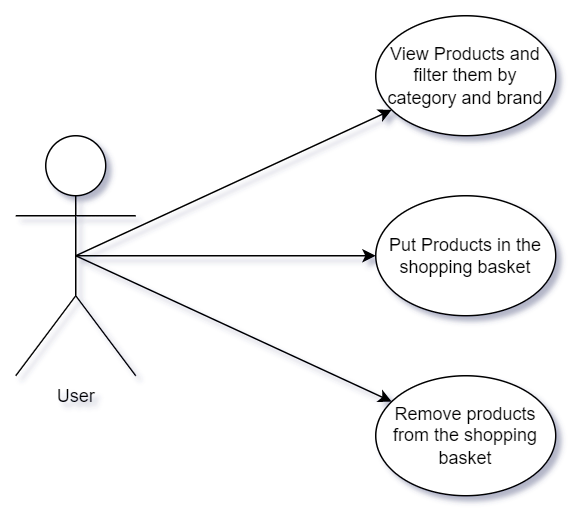
Above: planning/UseCaseDiagram.png in noserronnie/skateshop (draw.io), before the change. Source tidied: cells renumbered, new cells last; positions are measured from the earlier drawing's top-left corner, leaving out a move shared by most shapes.
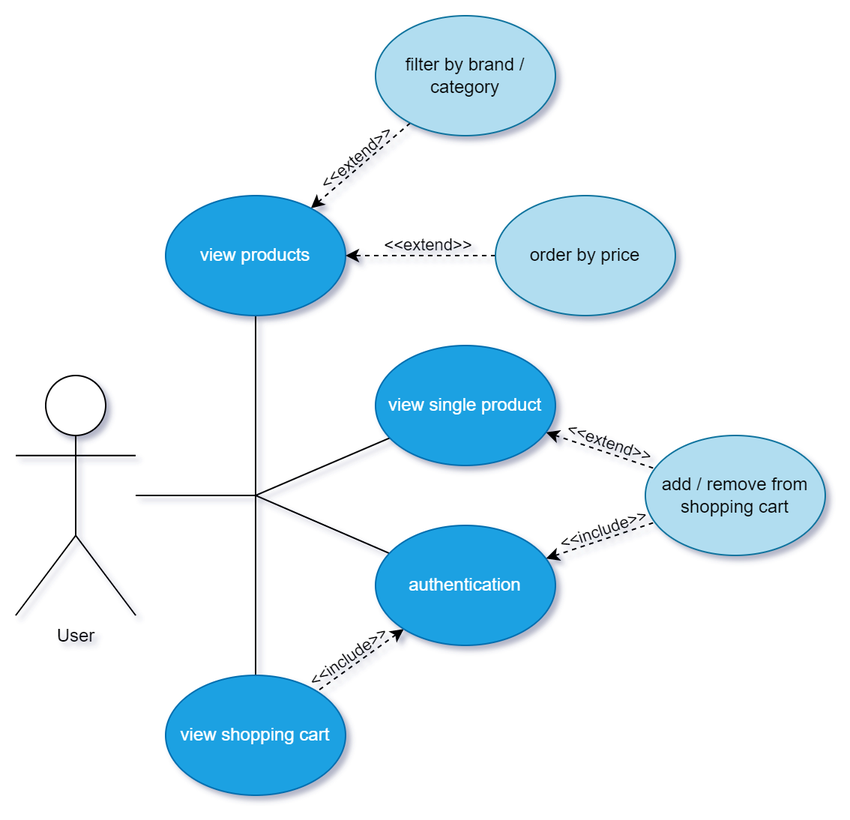
Above is the later version.

Change to the diagram source:
```diff
@@ -2,26 +2,95 @@
   <root>
     <mxCell id="0" />
     <mxCell id="1" parent="0" />
-    <mxCell id="2" style="rounded=0;jettySize=auto;html=1;exitX=0.5;exitY=0.5;exitDx=0;exitDy=0;exitPerimeter=0;" parent="1" edge="1" source="5" target="6">
-      <mxGeometry relative="1" as="geometry" />
-    </mxCell>
-    <mxCell id="3" style="edgeStyle=none;rounded=0;jettySize=auto;html=1;exitX=0.5;exitY=0.5;exitDx=0;exitDy=0;exitPerimeter=0;" parent="1" edge="1" source="5" target="7">
-      <mxGeometry relative="1" as="geometry" />
-    </mxCell>
-    <mxCell id="4" style="edgeStyle=none;rounded=0;jettySize=auto;html=1;exitX=0.5;exitY=0.5;exitDx=0;exitDy=0;exitPerimeter=0;" parent="1" edge="1" source="5" target="8">
-      <mxGeometry relative="1" as="geometry" />
-    </mxCell>
     <mxCell id="5" value="User" style="shape=umlActor;verticalLabelPosition=bottom;verticalAlign=top;html=1;outlineConnect=0;" parent="1" vertex="1">
       <mxGeometry y="80" width="80" height="160" as="geometry" />
     </mxCell>
-    <mxCell id="6" value="View Products and filter them by category and brand" style="ellipse;whiteSpace=wrap;html=1;" parent="1" vertex="1">
-      <mxGeometry x="240" width="120" height="80" as="geometry" />
-    </mxCell>
-    <mxCell id="7" value="Put Products in the shopping basket" style="ellipse;whiteSpace=wrap;html=1;" parent="1" vertex="1">
-      <mxGeometry x="240" y="120" width="120" height="80" as="geometry" />
-    </mxCell>
-    <mxCell id="8" value="Remove products from the shopping basket" style="ellipse;whiteSpace=wrap;html=1;" parent="1" vertex="1">
-      <mxGeometry x="240" y="240" width="120" height="80" as="geometry" />
-    </mxCell>
+    <mxCell id="9" style="rounded=0;jettySize=auto;html=1;startArrow=classic;startFill=1;endArrow=none;endFill=0;dashed=1;" parent="1" edge="1" source="12" target="23">
+      <mxGeometry relative="1" as="geometry" />
+    </mxCell>
+    <mxCell id="10" value="&amp;lt;&amp;lt;extend&amp;gt;&amp;gt;" style="edgeLabel;html=1;align=center;verticalAlign=middle;rotation=-40;labelBackgroundColor=none;" parent="9" vertex="1">
+      <mxGeometry x="-0.29" y="1" relative="1" as="geometry">
+        <mxPoint x="7" y="-13" as="offset" />
+      </mxGeometry>
+    </mxCell>
+    <mxCell id="11" style="edgeStyle=none;rounded=0;jettySize=auto;html=1;startArrow=none;startFill=0;endArrow=none;endFill=0;" parent="1" edge="1" source="12">
+      <mxGeometry relative="1" as="geometry">
+        <mxPoint x="160" y="160" as="targetPoint" />
+      </mxGeometry>
+    </mxCell>
+    <mxCell id="12" value="view products" style="ellipse;whiteSpace=wrap;html=1;fillColor=#1ba1e2;fontColor=#ffffff;strokeColor=#006EAF;" parent="1" vertex="1">
+      <mxGeometry x="100" y="-40" width="120" height="80" as="geometry" />
+    </mxCell>
+    <mxCell id="13" style="edgeStyle=none;rounded=0;jettySize=auto;html=1;dashed=1;startArrow=classic;startFill=1;endArrow=none;endFill=0;" parent="1" edge="1" source="16" target="26">
+      <mxGeometry relative="1" as="geometry" />
+    </mxCell>
+    <mxCell id="14" value="&amp;lt;&amp;lt;extend&amp;gt;&amp;gt;" style="edgeLabel;html=1;align=center;verticalAlign=middle;labelBackgroundColor=none;rotation=19;" parent="13" vertex="1">
+      <mxGeometry x="-0.31" y="-1" relative="1" as="geometry">
+        <mxPoint x="17" y="-3" as="offset" />
+      </mxGeometry>
+    </mxCell>
+    <mxCell id="15" style="edgeStyle=none;rounded=0;jettySize=auto;html=1;startArrow=none;startFill=0;endArrow=none;endFill=0;" parent="1" edge="1" source="16">
+      <mxGeometry relative="1" as="geometry">
+        <mxPoint x="160" y="160" as="targetPoint" />
+      </mxGeometry>
+    </mxCell>
+    <mxCell id="16" value="view single product" style="ellipse;whiteSpace=wrap;html=1;fillColor=#1ba1e2;fontColor=#ffffff;strokeColor=#006EAF;" parent="1" vertex="1">
+      <mxGeometry x="240" y="60" width="120" height="80" as="geometry" />
+    </mxCell>
+    <mxCell id="17" style="edgeStyle=none;rounded=0;jettySize=auto;html=1;dashed=1;startArrow=classic;startFill=1;endArrow=none;endFill=0;" parent="1" edge="1" source="22" target="26">
+      <mxGeometry relative="1" as="geometry" />
+    </mxCell>
+    <mxCell id="18" value="&amp;lt;&amp;lt;include&amp;gt;&amp;gt;" style="edgeLabel;html=1;align=center;verticalAlign=middle;rotation=-19;labelBackgroundColor=none;" parent="17" vertex="1">
+      <mxGeometry x="-0.14" y="1" relative="1" as="geometry">
+        <mxPoint x="7" y="-8" as="offset" />
+      </mxGeometry>
+    </mxCell>
+    <mxCell id="19" style="edgeStyle=none;rounded=0;jettySize=auto;html=1;startArrow=none;startFill=0;endArrow=none;endFill=0;" parent="1" edge="1" source="22">
+      <mxGeometry relative="1" as="geometry">
+        <mxPoint x="160" y="160" as="targetPoint" />
+      </mxGeometry>
+    </mxCell>
+    <mxCell id="20" style="rounded=0;jettySize=auto;html=1;startArrow=classic;startFill=1;endArrow=none;endFill=0;dashed=1;" parent="1" edge="1" source="22" target="25">
+      <mxGeometry relative="1" as="geometry" />
+    </mxCell>
+    <mxCell id="21" value="&amp;lt;&amp;lt;include&amp;gt;&amp;gt;" style="edgeLabel;html=1;align=center;verticalAlign=middle;labelBackgroundColor=none;rotation=-35;" parent="20" vertex="1">
+      <mxGeometry x="0.47" y="2" relative="1" as="geometry">
+        <mxPoint x="4" y="-13" as="offset" />
+      </mxGeometry>
+    </mxCell>
+    <mxCell id="22" value="authentication" style="ellipse;whiteSpace=wrap;html=1;fillColor=#1ba1e2;fontColor=#ffffff;strokeColor=#006EAF;" parent="1" vertex="1">
+      <mxGeometry x="240" y="180" width="120" height="80" as="geometry" />
+    </mxCell>
+    <mxCell id="23" value="filter by brand / category" style="ellipse;whiteSpace=wrap;html=1;fillColor=#b1ddf0;strokeColor=#10739e;" parent="1" vertex="1">
+      <mxGeometry x="240" y="-160" width="120" height="80" as="geometry" />
+    </mxCell>
+    <mxCell id="24" style="edgeStyle=none;rounded=0;jettySize=auto;html=1;startArrow=none;startFill=0;endArrow=none;endFill=0;" parent="1" edge="1" source="25">
+      <mxGeometry relative="1" as="geometry">
+        <mxPoint x="160" y="160" as="targetPoint" />
+      </mxGeometry>
+    </mxCell>
+    <mxCell id="25" value="view shopping cart" style="ellipse;whiteSpace=wrap;html=1;fillColor=#1ba1e2;fontColor=#ffffff;strokeColor=#006EAF;" parent="1" vertex="1">
+      <mxGeometry x="100" y="280" width="120" height="80" as="geometry" />
+    </mxCell>
+    <mxCell id="26" value="add / remove from shopping cart" style="ellipse;whiteSpace=wrap;html=1;fillColor=#b1ddf0;strokeColor=#10739e;" parent="1" vertex="1">
+      <mxGeometry x="420" y="120" width="120" height="80" as="geometry" />
+    </mxCell>
+    <mxCell id="27" style="endArrow=none;html=1;rounded=0;" parent="1" edge="1">
+      <mxGeometry relative="1" as="geometry">
+        <mxPoint x="80" y="160" as="sourcePoint" />
+        <mxPoint x="160" y="160" as="targetPoint" />
+      </mxGeometry>
+    </mxCell>
+    <mxCell id="28" style="edgeStyle=none;rounded=0;jettySize=auto;html=1;startArrow=none;startFill=0;endArrow=classic;endFill=1;dashed=1;" parent="1" edge="1" source="30" target="12">
+      <mxGeometry relative="1" as="geometry" />
+    </mxCell>
+    <mxCell id="29" value="&amp;lt;&amp;lt;extend&amp;gt;&amp;gt;" style="edgeLabel;html=1;align=center;verticalAlign=middle;labelBackgroundColor=none;" parent="28" vertex="1">
+      <mxGeometry x="-0.3" relative="1" as="geometry">
+        <mxPoint x="-11" y="-8" as="offset" />
+      </mxGeometry>
+    </mxCell>
+    <mxCell id="30" value="order by price" style="ellipse;whiteSpace=wrap;html=1;fillColor=#b1ddf0;strokeColor=#10739e;" parent="1" vertex="1">
+      <mxGeometry x="320" y="-40" width="120" height="80" as="geometry" />
+    </mxCell>
   </root>
 </mxGraphModel>
```
